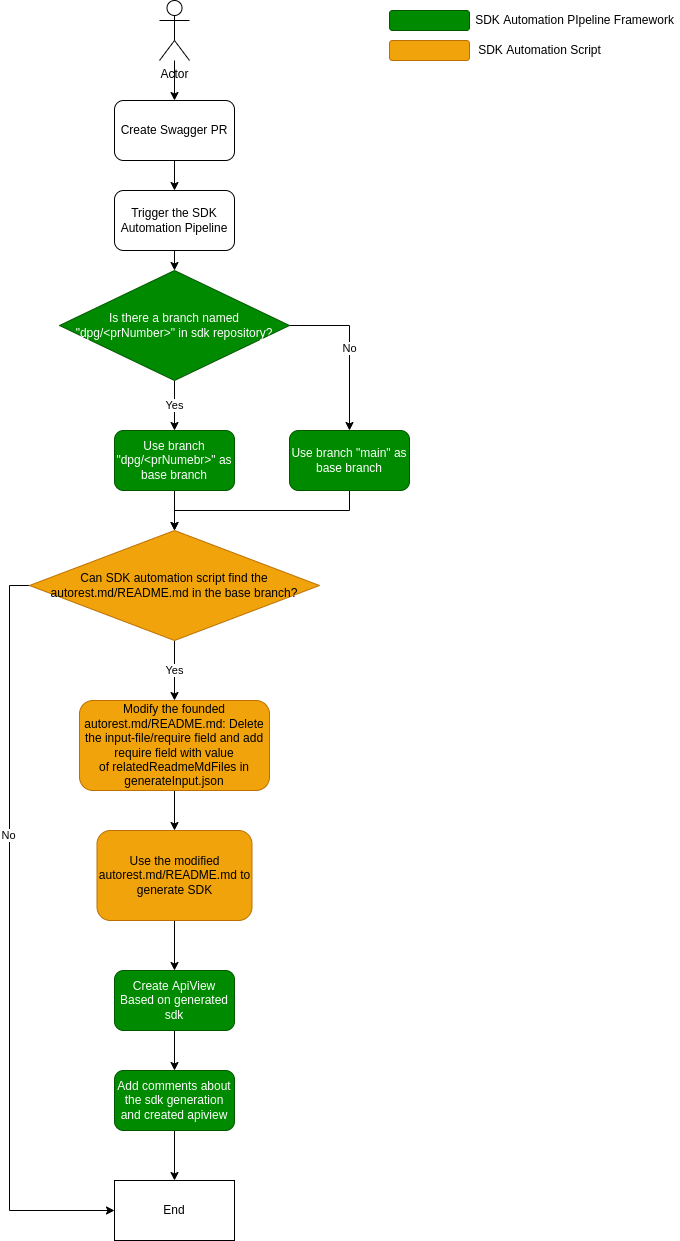
The draw.io diagram documentation/onboard-dpg-in-sdkautomation/integrate-dpg-and-apiview.png in Azure/azure-rest-api-specs, before a commit. Source tidied: cells renumbered, new cells last; positions are measured from the earlier drawing's top-left corner, leaving out a move shared by most shapes.
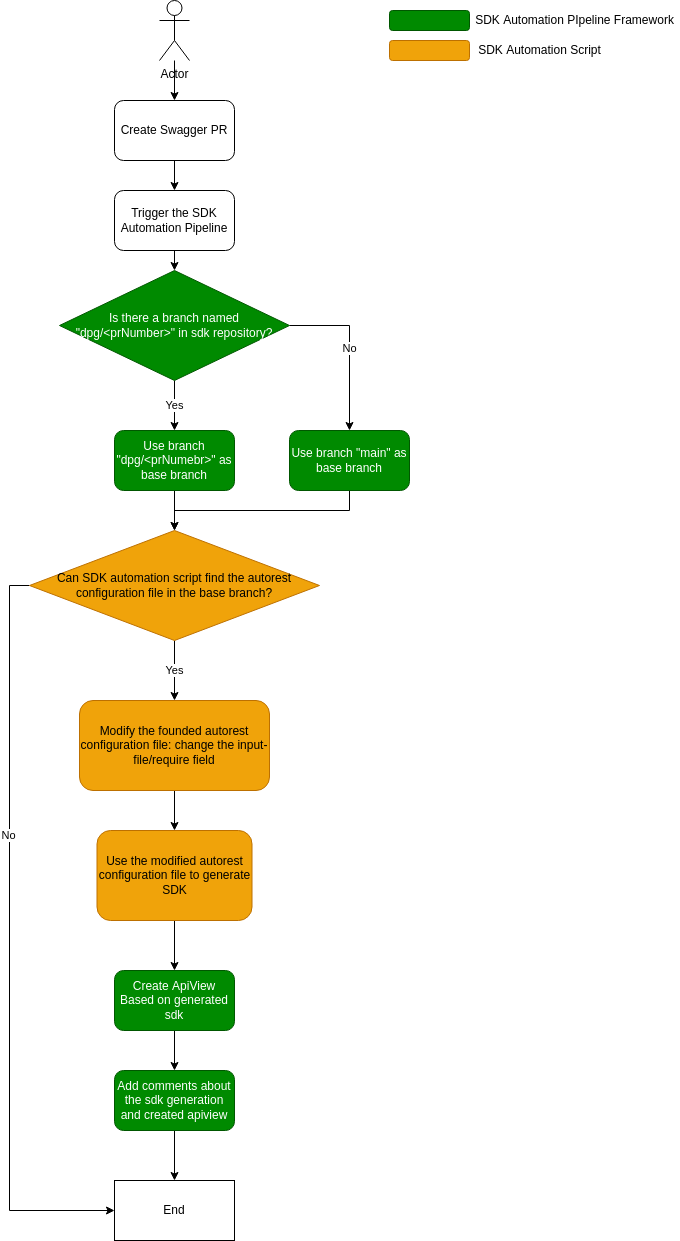
After the change.

Diff of the diagram source:
```diff
@@ -50,7 +50,7 @@
     <mxCell id="17" value="Yes" style="edgeStyle=orthogonalEdgeStyle;rounded=0;jettySize=auto;html=1;exitX=0.5;exitY=1;exitDx=0;exitDy=0;entryX=0.5;entryY=0;entryDx=0;entryDy=0;" parent="1" edge="1" source="18" target="21">
       <mxGeometry relative="1" as="geometry" />
     </mxCell>
-    <mxCell id="18" value="&lt;span&gt;Can SDK automation script find the autorest.md/README.md in the base branch?&lt;/span&gt;" style="rhombus;whiteSpace=wrap;html=1;fillColor=#f0a30a;fontColor=#000000;strokeColor=#BD7000;" parent="1" vertex="1">
+    <mxCell id="18" value="&lt;span&gt;Can SDK automation script find the autorest configuration file in the base branch?&lt;/span&gt;" style="rhombus;whiteSpace=wrap;html=1;fillColor=#f0a30a;fontColor=#000000;strokeColor=#BD7000;" parent="1" vertex="1">
       <mxGeometry y="530" width="290" height="110" as="geometry" />
     </mxCell>
     <mxCell id="19" value="End" style="rounded=0;whiteSpace=wrap;html=1;" parent="1" vertex="1">
@@ -59,13 +59,13 @@
     <mxCell id="20" style="edgeStyle=orthogonalEdgeStyle;rounded=0;jettySize=auto;html=1;exitX=0.5;exitY=1;exitDx=0;exitDy=0;entryX=0.5;entryY=0;entryDx=0;entryDy=0;" parent="1" edge="1" source="21" target="23">
       <mxGeometry relative="1" as="geometry" />
     </mxCell>
-    <mxCell id="21" value="Modify the founded autorest.md/README.md: Delete the input-file/require field and add require field with value of&amp;nbsp;relatedReadmeMdFiles in generateInput.json" style="rounded=1;whiteSpace=wrap;html=1;fillColor=#f0a30a;fontColor=#000000;strokeColor=#BD7000;" parent="1" vertex="1">
+    <mxCell id="21" value="Modify the founded autorest configuration file: change the input-file/require field" style="rounded=1;whiteSpace=wrap;html=1;fillColor=#f0a30a;fontColor=#000000;strokeColor=#BD7000;" parent="1" vertex="1">
       <mxGeometry x="50" y="700" width="190" height="90" as="geometry" />
     </mxCell>
     <mxCell id="22" style="edgeStyle=orthogonalEdgeStyle;rounded=0;jettySize=auto;html=1;exitX=0.5;exitY=1;exitDx=0;exitDy=0;" parent="1" edge="1" source="23" target="25">
       <mxGeometry relative="1" as="geometry" />
     </mxCell>
-    <mxCell id="23" value="Use the modified autorest.md/README.md to generate SDK" style="rounded=1;whiteSpace=wrap;html=1;fillColor=#f0a30a;fontColor=#000000;strokeColor=#BD7000;" parent="1" vertex="1">
+    <mxCell id="23" value="Use the modified autorest configuration file to generate SDK" style="rounded=1;whiteSpace=wrap;html=1;fillColor=#f0a30a;fontColor=#000000;strokeColor=#BD7000;" parent="1" vertex="1">
       <mxGeometry x="67.5" y="830" width="155" height="90" as="geometry" />
     </mxCell>
     <mxCell id="24" style="edgeStyle=orthogonalEdgeStyle;rounded=0;jettySize=auto;html=1;exitX=0.5;exitY=1;exitDx=0;exitDy=0;" parent="1" edge="1" source="25" target="27">
```
